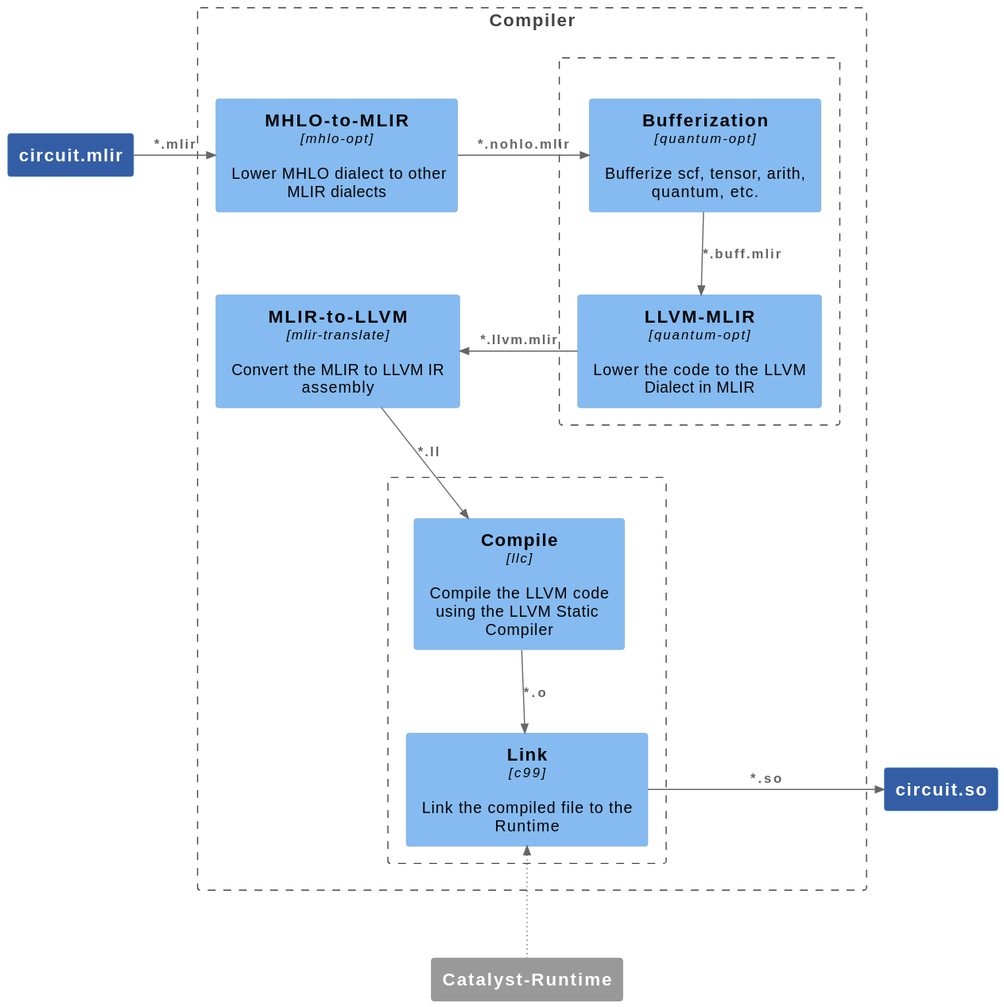
Above: doc/_static/arch/compiler.svg in PennyLaneAI/catalyst (PlantUML), before the change.
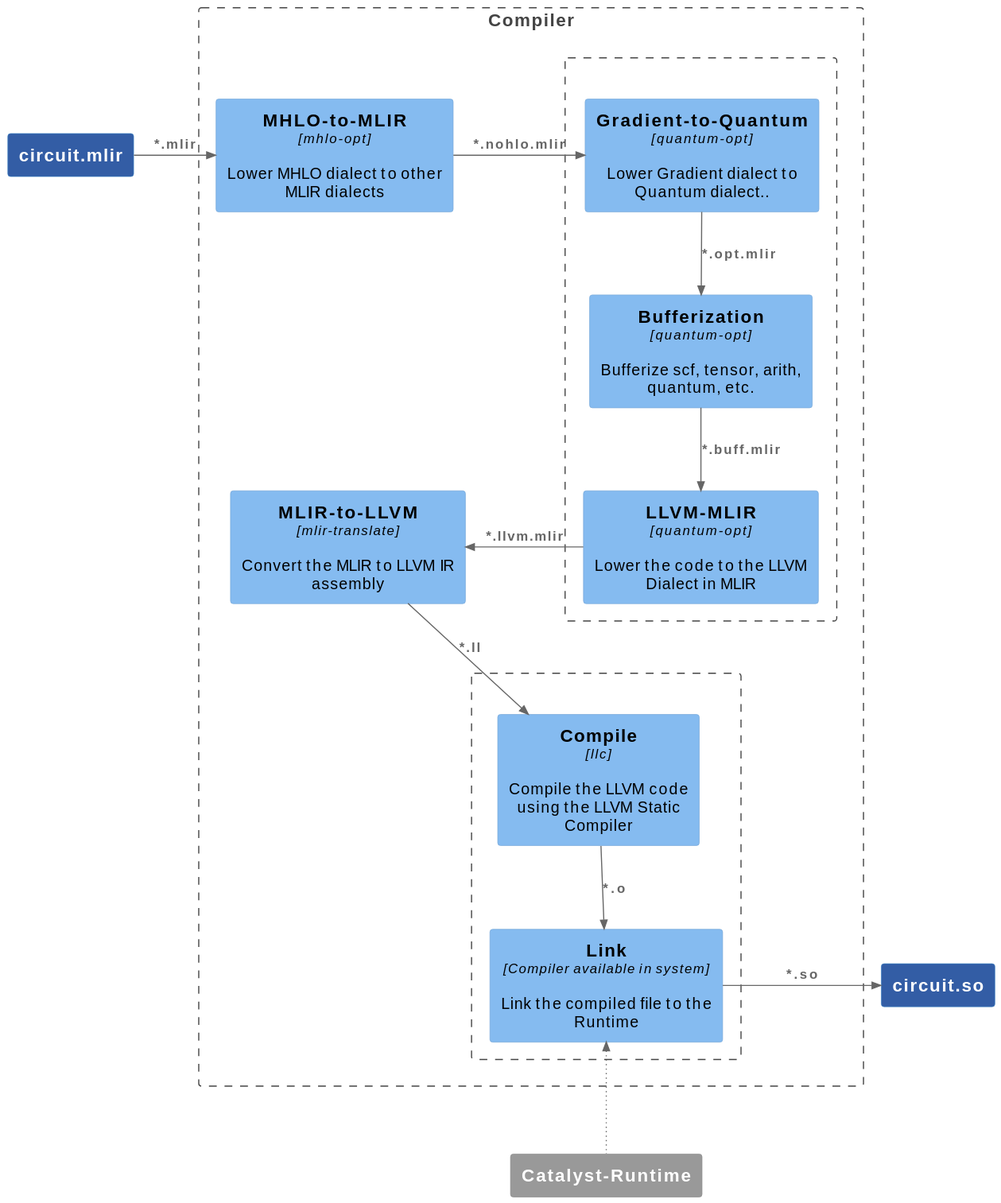
After the commit.

Commit message:
Modify compiler diagram.

Diff of the diagram source:
```diff
@@ -15,6 +15,8 @@
 
   Boundary(c2, " ", $link="https://github.com/plantuml-stdlib/C4-PlantUML") {
 
+    Component(_opt_mlir_, "Gradient-to-Quantum", "quantum-opt", "Lower Gradient dialect to Quantum dialect..")
+
     Component(_buff_mlir_, "Bufferization", "quantum-opt", "Bufferize scf, tensor, arith, quantum, etc.")
 
     Component(_llvm_mlir_, "LLVM-MLIR", "quantum-opt", "Lower the code to the LLVM Dialect in MLIR")
@@ -27,7 +29,7 @@
 
     Component(_o_, "Compile", "llc", "Compile the LLVM code using the LLVM Static Compiler")
 
-    Component(_so_, "Link", "c99", "Link the compiled file to the Runtime")
+    Component(_so_, "Link", "Compiler available in system", "Link the compiled file to the Runtime")
   }
 }
 
@@ -36,9 +38,11 @@
 
 Rel_R(_mlir_sys_, _nohlo_mlir_, "*.mlir", "")
 
-Rel_R(_nohlo_mlir_, _buff_mlir_, "*.nohlo.mlir", "")
+Rel_R(_nohlo_mlir_, _opt_mlir_, "*.nohlo.mlir", "")
 
-Rel(_buff_mlir_, _llvm_mlir_, "*.buff.mlir", "")
+Rel_D(_opt_mlir_, _buff_mlir_, "*.opt.mlir", "")
+
+Rel_D(_buff_mlir_, _llvm_mlir_, "*.buff.mlir", "")
 
 Rel_L(_llvm_mlir_, _ll_, "*.llvm.mlir", "")
 
@@ -49,5 +53,4 @@
 Rel_R(_so_, _so_sys_, "*.so", "")
 
 Rel_U(_catalyst_runtime_, _so_, " ", "", $tags="action")
-
 @enduml
```
